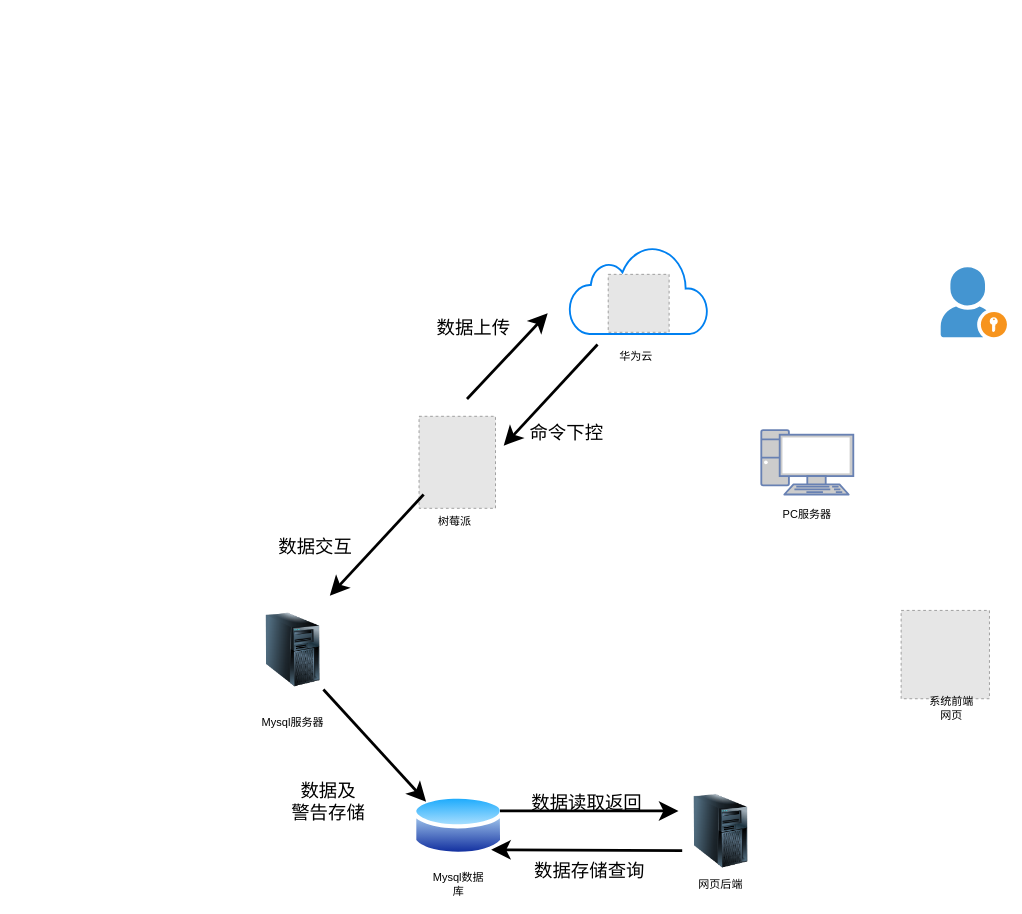
niusama2/papper_chart keeps this draw.io diagram as 物理拓扑.drawio. Above is the earlier version. Source tidied: cells renumbered, new cells numbered last; positions are measured from the earlier drawing's top-left corner, leaving out a move shared by most shapes. Both pictures are drawn from the tidied source at 92%, with x=0, y=0 at pixel (256, 226). Pictures stored in the file or linked from it are replaced by grey dashed boxes.
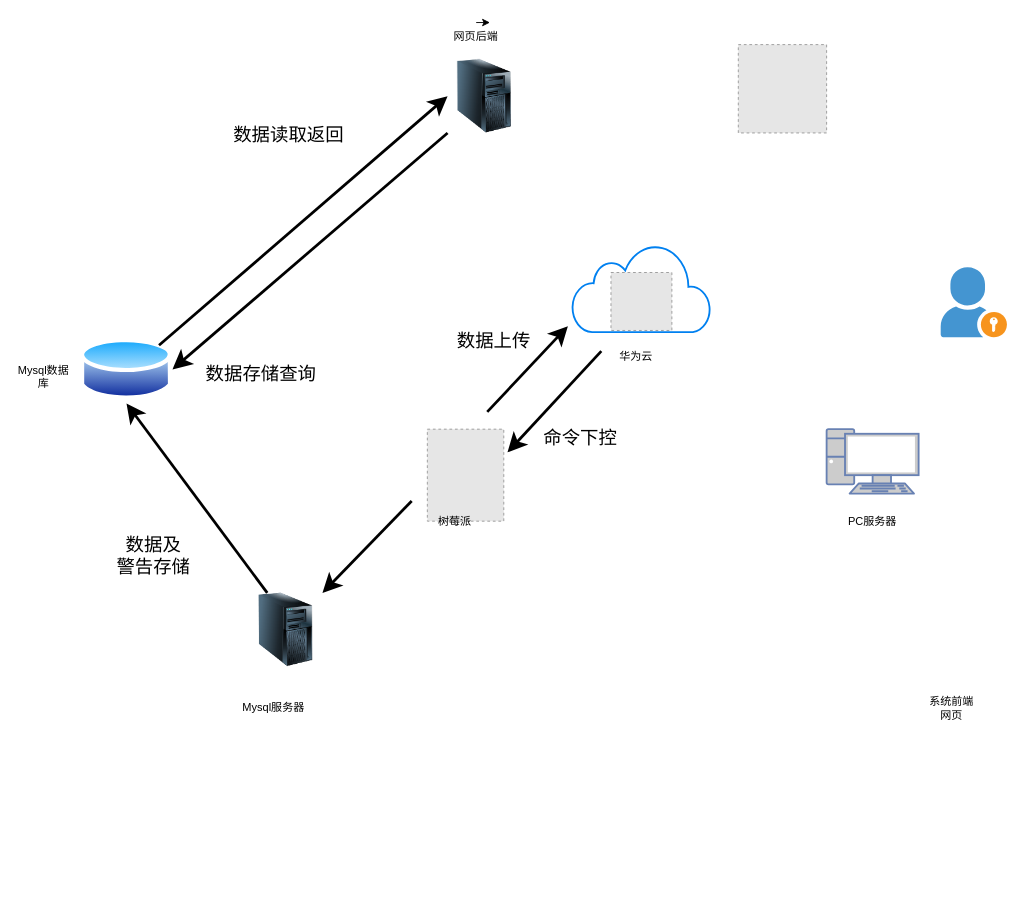
After the change.

Commit message (it also covers changes not shown here):
更新物理拓扑.drawio

The edit, as a diff of the source:
```diff
@@
     <mxCell id="2" style="edgeStyle=none;rounded=1;orthogonalLoop=1;jettySize=auto;html=1;exitX=1;exitY=0;exitDx=0;exitDy=0;fontStyle=0;curved=0;strokeColor=default;targetPerimeterSpacing=0;endSize=12;startSize=12;strokeWidth=3;" parent="1" edge="1">
       <mxGeometry relative="1" as="geometry">
-        <mxPoint x="229.1" y="187.2" as="sourcePoint" />
-        <mxPoint x="316.8" y="94" as="targetPoint" />
+        <mxPoint x="251.1" y="201.2" as="sourcePoint" />
+        <mxPoint x="338.8" y="108" as="targetPoint" />
       </mxGeometry>
     </mxCell>
     <mxCell id="3" style="fillColor=#E6E6E6;strokeColor=#999999;dashed=1;verticalLabelPosition=bottom;labelBackgroundColor=default;verticalAlign=top;" parent="1" vertex="1">
-      <mxGeometry x="177" y="206" width="83.1" height="100" as="geometry" />
+      <mxGeometry x="186" y="220" width="83.1" height="100" as="geometry" />
     </mxCell>
     <mxCell id="4" style="group;" parent="1" vertex="1">
-      <mxGeometry x="306" width="187" height="120" as="geometry" />
+      <mxGeometry x="309" y="-2" width="187" height="120" as="geometry" />
     </mxCell>
@@
     <mxCell id="7" style="fontColor=#0066CC;verticalAlign=top;verticalLabelPosition=bottom;labelPosition=center;align=center;html=1;fillColor=#CCCCCC;strokeColor=#6881B3;gradientColor=none;gradientDirection=north;strokeWidth=2;shape=mxgraph.networks.pc;" parent="1" vertex="1">
-      <mxGeometry x="549" y="221" width="100" height="70" as="geometry" />
+      <mxGeometry x="620" y="220" width="100" height="70" as="geometry" />
     </mxCell>
@@
     <mxCell id="9" style="image;html=1;image=img/lib/clip_art/computers/Server_Tower_128x128.png;" parent="1" vertex="1">
-      <mxGeometry y="420" width="80" height="80" as="geometry" />
+      <mxGeometry x="-8" y="398" width="80" height="80" as="geometry" />
     </mxCell>
     <mxCell id="10" style="image;perimeter=ellipsePerimeter;html=1;align=center;shadow=0;dashed=0;spacingTop=3;image=img/lib/active_directory/database.svg;" parent="1" vertex="1">
-      <mxGeometry x="170" y="614" width="100" height="74" as="geometry" />
+      <mxGeometry x="-191" y="118" width="100" height="74" as="geometry" />
     </mxCell>
     <mxCell id="11" style="fillColor=#E6E6E6;strokeColor=#999999;dashed=1;verticalLabelPosition=bottom;labelBackgroundColor=default;verticalAlign=top;" parent="1" vertex="1">
-      <mxGeometry x="701" y="417" width="96" height="96" as="geometry" />
+      <mxGeometry x="524" y="-198" width="96" height="96" as="geometry" />
     </mxCell>
     <mxCell id="12" value="数据上传" style="text;html=1;align=center;verticalAlign=middle;whiteSpace=wrap;rounded=0;fontSize=20;" parent="1" vertex="1">
-      <mxGeometry x="177" y="98" width="119" height="22" as="geometry" />
+      <mxGeometry x="199" y="112" width="119" height="22" as="geometry" />
     </mxCell>
     <mxCell id="13" style="edgeStyle=none;rounded=1;orthogonalLoop=1;jettySize=auto;html=1;fontStyle=0;curved=0;strokeColor=default;targetPerimeterSpacing=0;endSize=12;startSize=12;strokeWidth=3;" parent="1" edge="1">
       <mxGeometry relative="1" as="geometry">
-        <mxPoint x="371" y="128" as="sourcePoint" />
-        <mxPoint x="269" y="238" as="targetPoint" />
+        <mxPoint x="375.1" y="135.2" as="sourcePoint" />
+        <mxPoint x="273.1" y="245.2" as="targetPoint" />
       </mxGeometry>
     </mxCell>
     <mxCell id="14" value="命令下控" style="text;html=1;align=center;verticalAlign=middle;whiteSpace=wrap;rounded=0;fontSize=20;" parent="1" vertex="1">
-      <mxGeometry x="278" y="212" width="119" height="22" as="geometry" />
+      <mxGeometry x="293" y="218" width="119" height="22" as="geometry" />
     </mxCell>
@@
     <mxCell id="17" value="PC服务器" style="text;html=1;align=center;verticalAlign=middle;whiteSpace=wrap;rounded=0;" parent="1" vertex="1">
-      <mxGeometry x="569" y="298" width="60" height="30" as="geometry" />
+      <mxGeometry x="640" y="306" width="60" height="30" as="geometry" />
     </mxCell>
     <mxCell id="18" value="Mysql服务器" style="text;html=1;align=center;verticalAlign=middle;whiteSpace=wrap;rounded=0;" parent="1" vertex="1">
-      <mxGeometry x="5" y="523" width="70" height="32" as="geometry" />
+      <mxGeometry x="-16" y="507" width="70" height="32" as="geometry" />
     </mxCell>
@@
     <mxCell id="20" style="image;html=1;image=img/lib/clip_art/computers/Server_Tower_128x128.png;" parent="1" vertex="1">
-      <mxGeometry x="465" y="617" width="80" height="80" as="geometry" />
+      <mxGeometry x="208" y="-182" width="80" height="80" as="geometry" />
     </mxCell>
     <mxCell id="21" value="网页后端" style="text;html=1;align=center;verticalAlign=middle;whiteSpace=wrap;rounded=0;" parent="1" vertex="1">
-      <mxGeometry x="475" y="700" width="60" height="30" as="geometry" />
+      <mxGeometry x="209.1" y="-222" width="60" height="30" as="geometry" />
     </mxCell>
     <mxCell id="22" value="Mysql数据库" style="text;html=1;align=center;verticalAlign=middle;whiteSpace=wrap;rounded=0;" parent="1" vertex="1">
-      <mxGeometry x="190" y="700" width="60" height="30" as="geometry" />
+      <mxGeometry x="-261" y="148" width="60" height="30" as="geometry" />
     </mxCell>
-    <mxCell id="23" style="edgeStyle=none;rounded=1;orthogonalLoop=1;jettySize=auto;html=1;fontStyle=0;curved=0;strokeColor=default;targetPerimeterSpacing=0;endSize=12;startSize=12;strokeWidth=3;" parent="1" edge="1">
+    <mxCell id="23" style="edgeStyle=none;rounded=1;jettySize=auto;html=1;fontStyle=0;curved=0;strokeColor=default;targetPerimeterSpacing=0;endSize=12;startSize=12;strokeWidth=3;entryX=1;entryY=0;entryDx=0;entryDy=0;" parent="1" edge="1" target="9">
       <mxGeometry relative="1" as="geometry">
-        <mxPoint x="182" y="291" as="sourcePoint" />
-        <mxPoint x="80" y="401" as="targetPoint" />
+        <mxPoint x="169" y="298" as="sourcePoint" />
       </mxGeometry>
     </mxCell>
-    <mxCell id="24" value="数据交互" style="text;html=1;align=center;verticalAlign=middle;whiteSpace=wrap;rounded=0;fontSize=20;" parent="1" vertex="1">
-      <mxGeometry x="5" y="336" width="119" height="22" as="geometry" />
-    </mxCell>
-    <mxCell id="25" style="edgeStyle=none;rounded=1;jettySize=auto;html=1;fontStyle=0;curved=0;strokeColor=default;targetPerimeterSpacing=0;endSize=12;startSize=12;strokeWidth=3;entryX=0;entryY=0;entryDx=0;entryDy=0;" parent="1" edge="1" target="10">
-      <mxGeometry relative="1" as="geometry">
-        <mxPoint x="73" y="503" as="sourcePoint" />
-      </mxGeometry>
+    <mxCell id="25" style="edgeStyle=none;rounded=1;jettySize=auto;html=1;fontStyle=0;curved=0;strokeColor=default;targetPerimeterSpacing=0;endSize=12;startSize=12;strokeWidth=3;entryX=0.5;entryY=1;entryDx=0;entryDy=0;exitX=0.25;exitY=0;exitDx=0;exitDy=0;" parent="1" edge="1" source="9" target="10">
+      <mxGeometry relative="1" as="geometry" />
     </mxCell>
     <mxCell id="26" value="数据及&lt;div&gt;警告存储&lt;/div&gt;" style="text;html=1;align=center;verticalAlign=middle;whiteSpace=wrap;rounded=0;fontSize=20;" parent="1" vertex="1">
-      <mxGeometry x="19" y="603" width="119" height="42" as="geometry" />
+      <mxGeometry x="-171" y="336" width="119" height="42" as="geometry" />
     </mxCell>
-    <mxCell id="27" style="edgeStyle=none;rounded=1;jettySize=auto;html=1;fontStyle=0;curved=0;strokeColor=default;targetPerimeterSpacing=0;endSize=12;startSize=12;strokeWidth=3;exitX=1;exitY=0.25;exitDx=0;exitDy=0;" parent="1" edge="1" source="10">
-      <mxGeometry relative="1" as="geometry">
-        <mxPoint x="459" y="635" as="targetPoint" />
-      </mxGeometry>
+    <mxCell id="27" style="edgeStyle=none;rounded=1;jettySize=auto;html=1;fontStyle=0;curved=0;strokeColor=default;targetPerimeterSpacing=0;endSize=12;startSize=12;strokeWidth=3;exitX=1;exitY=0;exitDx=0;exitDy=0;entryX=0;entryY=0.5;entryDx=0;entryDy=0;" parent="1" edge="1" source="10" target="20">
+      <mxGeometry relative="1" as="geometry" />
     </mxCell>
     <mxCell id="28" value="数据读取返回" style="text;html=1;align=center;verticalAlign=middle;whiteSpace=wrap;rounded=0;fontSize=20;" parent="1" vertex="1">
-      <mxGeometry x="293" y="614" width="133" height="22" as="geometry" />
+      <mxGeometry x="-31" y="-112" width="133" height="22" as="geometry" />
     </mxCell>
@@
-    <mxCell id="31" style="edgeStyle=none;rounded=1;jettySize=auto;html=1;fontStyle=0;curved=0;strokeColor=default;targetPerimeterSpacing=0;endSize=12;startSize=12;strokeWidth=3;entryX=1;entryY=1;entryDx=0;entryDy=0;" parent="1" edge="1" target="10">
-      <mxGeometry relative="1" as="geometry">
-        <mxPoint x="463" y="678" as="sourcePoint" />
-      </mxGeometry>
+    <mxCell id="31" style="edgeStyle=none;rounded=1;jettySize=auto;html=1;fontStyle=0;curved=0;strokeColor=default;targetPerimeterSpacing=0;endSize=12;startSize=12;strokeWidth=3;exitX=0;exitY=1;exitDx=0;exitDy=0;entryX=1;entryY=0.5;entryDx=0;entryDy=0;" parent="1" edge="1" source="20" target="10">
+      <mxGeometry relative="1" as="geometry" />
     </mxCell>
     <mxCell id="32" value="数据存储查询" style="text;html=1;align=center;verticalAlign=middle;whiteSpace=wrap;rounded=0;fontSize=20;" parent="1" vertex="1">
-      <mxGeometry x="296" y="688" width="133" height="22" as="geometry" />
+      <mxGeometry x="-61" y="148" width="133" height="22" as="geometry" />
     </mxCell>
+    <mxCell id="33" style="edgeStyle=none;rounded=0;orthogonalLoop=1;jettySize=auto;html=1;exitX=0.5;exitY=0;exitDx=0;exitDy=0;entryX=0.75;entryY=0;entryDx=0;entryDy=0;" parent="1" edge="1" source="21" target="21">
+      <mxGeometry relative="1" as="geometry" />
+    </mxCell>
```
